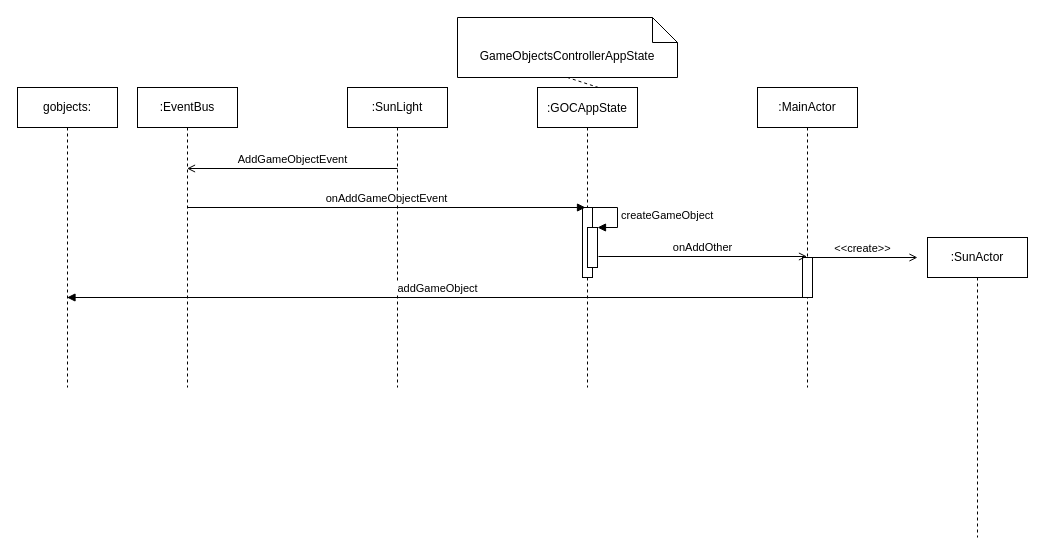
Above: uml/AddGameObject-Sun-Sequence.drawio in devent/dwarf-hustle-design (draw.io), before the change. Source tidied: cells renumbered, new cells numbered last; positions are measured from the earlier drawing's top-left corner, leaving out a move shared by most shapes. Both pictures are drawn from the tidied source at 100%, with x=0, y=0 at pixel (17, 17).
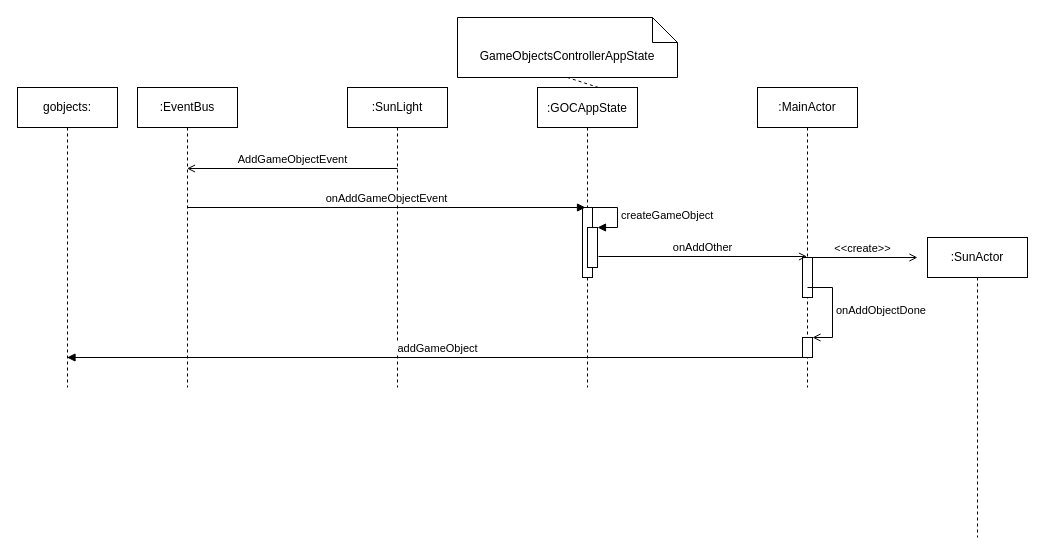
After the change.

Unchanged cells that the change refers to:
```xml
<mxCell id="12" value=":MainActor" style="shape=umlLifeline;perimeter=lifelinePerimeter;whiteSpace=wrap;html=1;outlineConnect=0;" parent="1" vertex="1">
  <mxGeometry x="740" y="70" width="100" height="300" as="geometry" />
</mxCell>
```

What changed in the source:
```diff
@@
+    <mxCell id="19" style="html=1;points=[];perimeter=orthogonalPerimeter;" parent="12" vertex="1">
+      <mxGeometry x="45" y="250" width="10" height="20" as="geometry" />
+    </mxCell>
+    <mxCell id="20" value="onAddObjectDone" style="edgeStyle=orthogonalEdgeStyle;html=1;align=left;spacingLeft=2;endArrow=open;rounded=0;entryX=1;entryY=0;endFill=0;" parent="12" edge="1" target="19">
+      <mxGeometry relative="1" as="geometry">
+        <mxPoint x="50" y="200" as="sourcePoint" />
+        <Array as="points">
+          <mxPoint x="75" y="200" />
+          <mxPoint x="75" y="250" />
+        </Array>
+      </mxGeometry>
+    </mxCell>
@@
     <mxCell id="18" value="addGameObject" style="html=1;verticalAlign=bottom;endArrow=block;" parent="1" edge="1">
       <mxGeometry relative="1" as="geometry">
-        <mxPoint x="789.5" y="280" as="sourcePoint" />
-        <mxPoint x="49.5" y="280" as="targetPoint" />
+        <mxPoint x="789.5" y="340" as="sourcePoint" />
+        <mxPoint x="49.5" y="340" as="targetPoint" />
       </mxGeometry>
     </mxCell>
```
